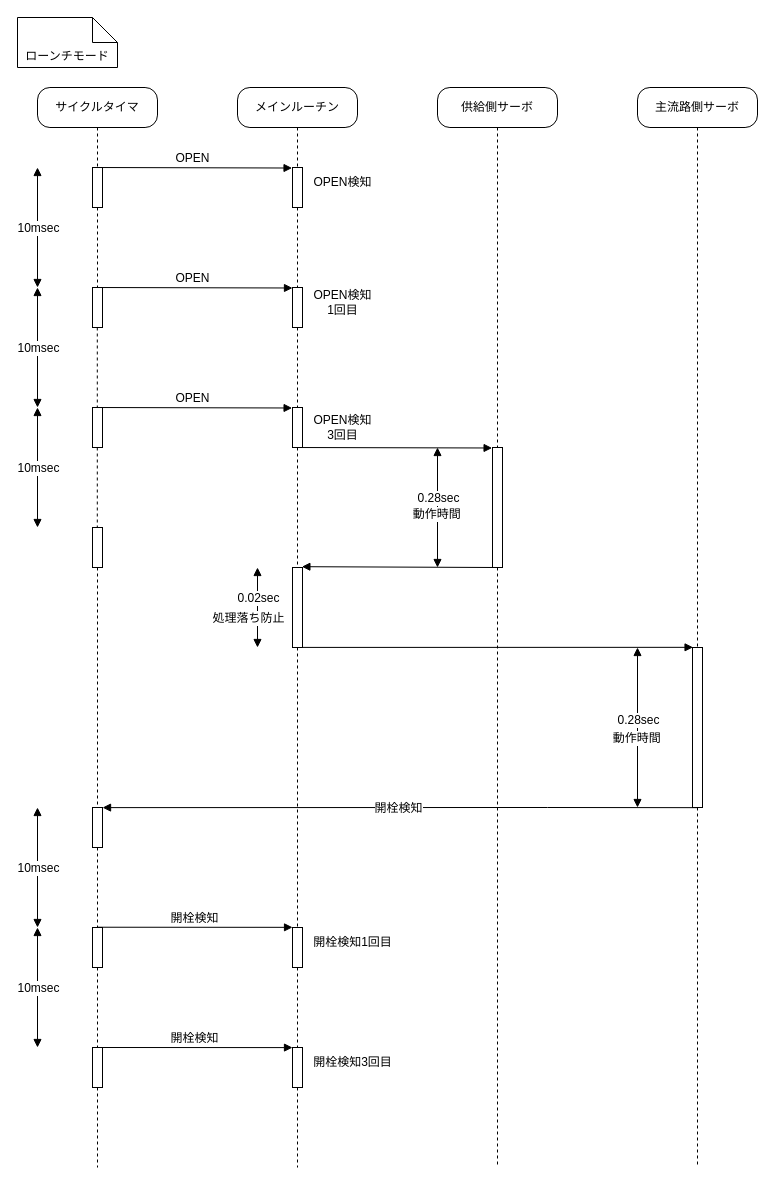
Before: Documents/Materials/images/Logics/ValveControlTimingChart_LaunchMode.drawio in tokai-student-rocket-project/H-58-Avionics, a draw.io diagram. Source tidied: cells renumbered, new cells numbered last; positions are measured from the earlier drawing's top-left corner, leaving out a move shared by most shapes. Both pictures are drawn from the tidied source at 100%, with x=0, y=0 at pixel (17, 17).
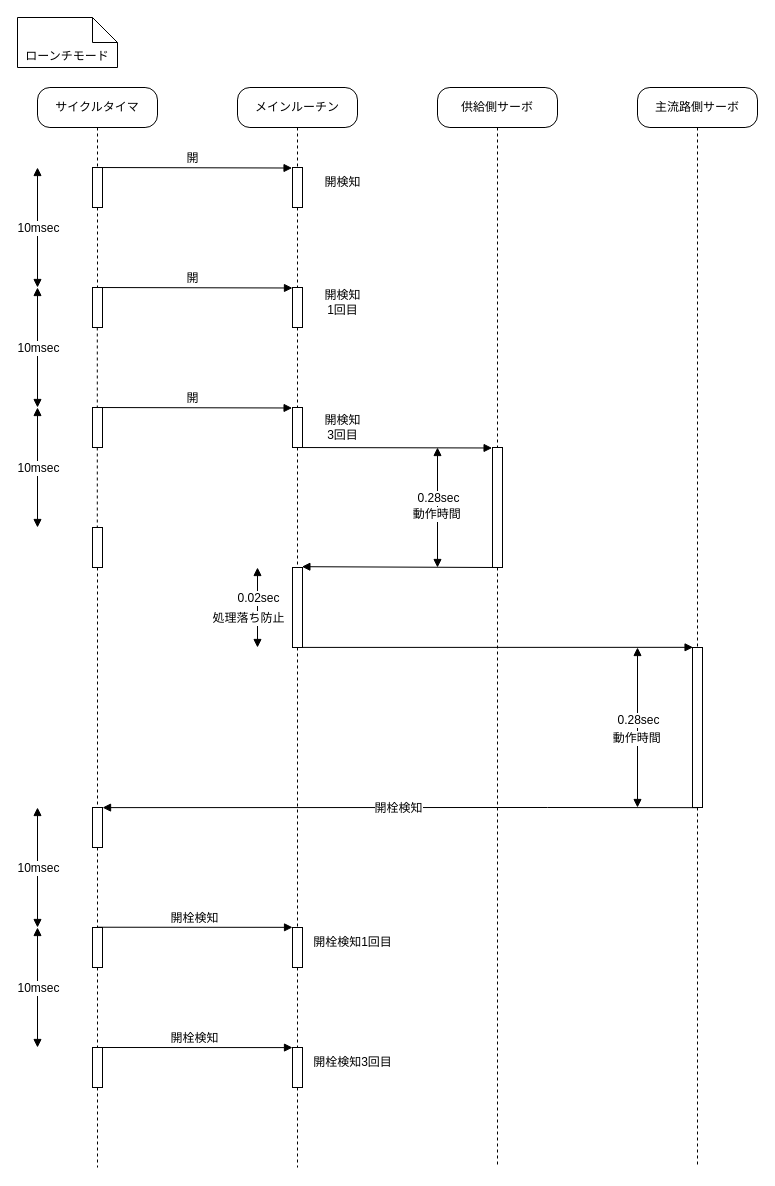
After the change.

The change refers to these unchanged cells:
```xml
<mxCell id="19" style="html=1;points=[];perimeter=orthogonalPerimeter;fontSize=12;" parent="1" vertex="1">
  <mxGeometry x="275" y="150" width="10" height="40" as="geometry" />
</mxCell>
```

What changed in the source:
```diff
@@
-    <mxCell id="20" value="OPEN" style="html=1;verticalAlign=bottom;endArrow=block;rounded=0;fontSize=12;entryX=-0.044;entryY=0.013;entryDx=0;entryDy=0;entryPerimeter=0;" parent="1" edge="1" target="19">
+    <mxCell id="20" value="開" style="html=1;verticalAlign=bottom;endArrow=block;rounded=0;fontSize=12;entryX=-0.044;entryY=0.013;entryDx=0;entryDy=0;entryPerimeter=0;" parent="1" edge="1" target="19">
       <mxGeometry relative="1" as="geometry">
         <mxPoint x="75" y="150" as="sourcePoint" />
       </mxGeometry>
     </mxCell>
-    <mxCell id="21" value="OPEN検知" style="text;html=1;align=center;verticalAlign=middle;strokeColor=none;fillColor=none;fontSize=12;" parent="1" vertex="1">
-      <mxGeometry x="285" y="150" width="80" height="30" as="geometry" />
+    <mxCell id="21" value="開検知" style="text;html=1;align=center;verticalAlign=middle;strokeColor=none;fillColor=none;fontSize=12;" parent="1" vertex="1">
+      <mxGeometry x="295" y="150" width="60" height="30" as="geometry" />
     </mxCell>
@@
-    <mxCell id="24" value="OPEN" style="html=1;verticalAlign=bottom;endArrow=block;rounded=0;fontSize=12;entryX=-0.044;entryY=0.013;entryDx=0;entryDy=0;entryPerimeter=0;" parent="1" edge="1">
+    <mxCell id="24" value="開" style="html=1;verticalAlign=bottom;endArrow=block;rounded=0;fontSize=12;entryX=-0.044;entryY=0.013;entryDx=0;entryDy=0;entryPerimeter=0;" parent="1" edge="1">
       <mxGeometry relative="1" as="geometry">
         <mxPoint x="75.4" y="270" as="sourcePoint" />
         <mxPoint x="275" y="270.5" as="targetPoint" />
       </mxGeometry>
     </mxCell>
-    <mxCell id="25" value="OPEN検知&lt;br&gt;1回目" style="text;html=1;align=center;verticalAlign=middle;strokeColor=none;fillColor=none;fontSize=12;" parent="1" vertex="1">
-      <mxGeometry x="285" y="265" width="80" height="40" as="geometry" />
+    <mxCell id="25" value="開検知&lt;br&gt;1回目" style="text;html=1;align=center;verticalAlign=middle;strokeColor=none;fillColor=none;fontSize=12;" parent="1" vertex="1">
+      <mxGeometry x="295" y="265" width="60" height="40" as="geometry" />
     </mxCell>
-    <mxCell id="26" value="OPEN" style="html=1;verticalAlign=bottom;endArrow=block;rounded=0;fontSize=12;entryX=-0.044;entryY=0.013;entryDx=0;entryDy=0;entryPerimeter=0;" parent="1" edge="1">
+    <mxCell id="26" value="開" style="html=1;verticalAlign=bottom;endArrow=block;rounded=0;fontSize=12;entryX=-0.044;entryY=0.013;entryDx=0;entryDy=0;entryPerimeter=0;" parent="1" edge="1">
       <mxGeometry relative="1" as="geometry">
         <mxPoint x="75" y="390" as="sourcePoint" />
         <mxPoint x="274.6" y="390.5" as="targetPoint" />
       </mxGeometry>
     </mxCell>
@@
-    <mxCell id="29" value="OPEN検知&lt;br&gt;3回目" style="text;html=1;align=center;verticalAlign=middle;strokeColor=none;fillColor=none;fontSize=12;" parent="1" vertex="1">
-      <mxGeometry x="285" y="390" width="80" height="40" as="geometry" />
+    <mxCell id="29" value="開検知&lt;br&gt;3回目" style="text;html=1;align=center;verticalAlign=middle;strokeColor=none;fillColor=none;fontSize=12;" parent="1" vertex="1">
+      <mxGeometry x="295" y="390" width="60" height="40" as="geometry" />
     </mxCell>
```
